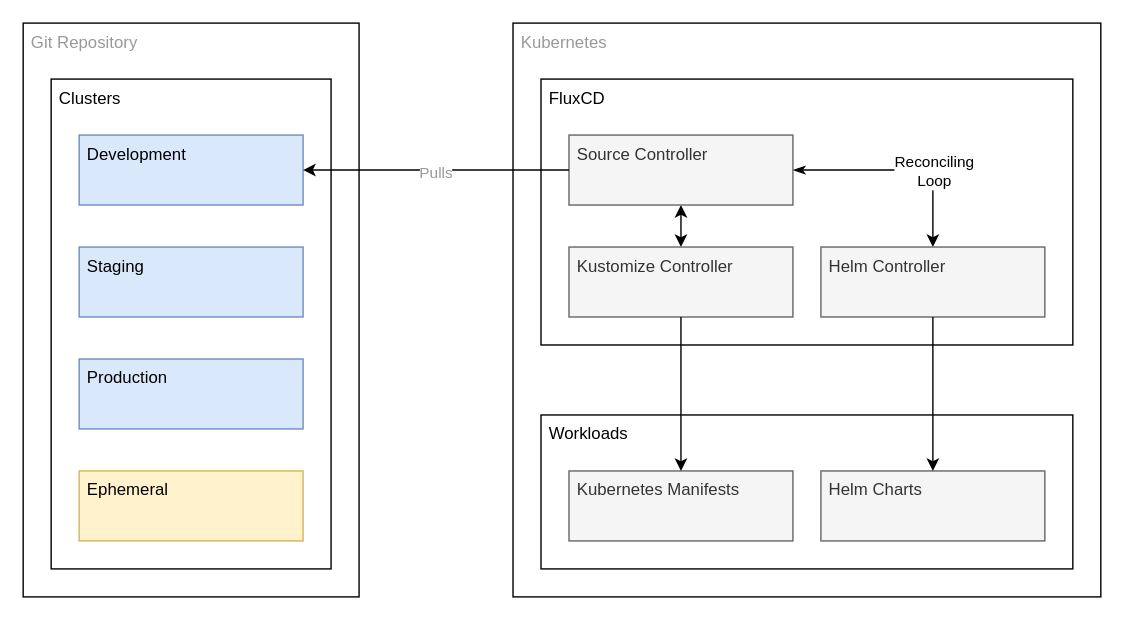
This is docs/gitops-mono-repo.drawio.svg from danielloader/kubernetes-sdlc, a draw.io export, as it was before one commit. Source tidied: cells renumbered, new cells last; positions are measured from the earlier drawing's top-left corner, leaving out a move shared by most shapes.
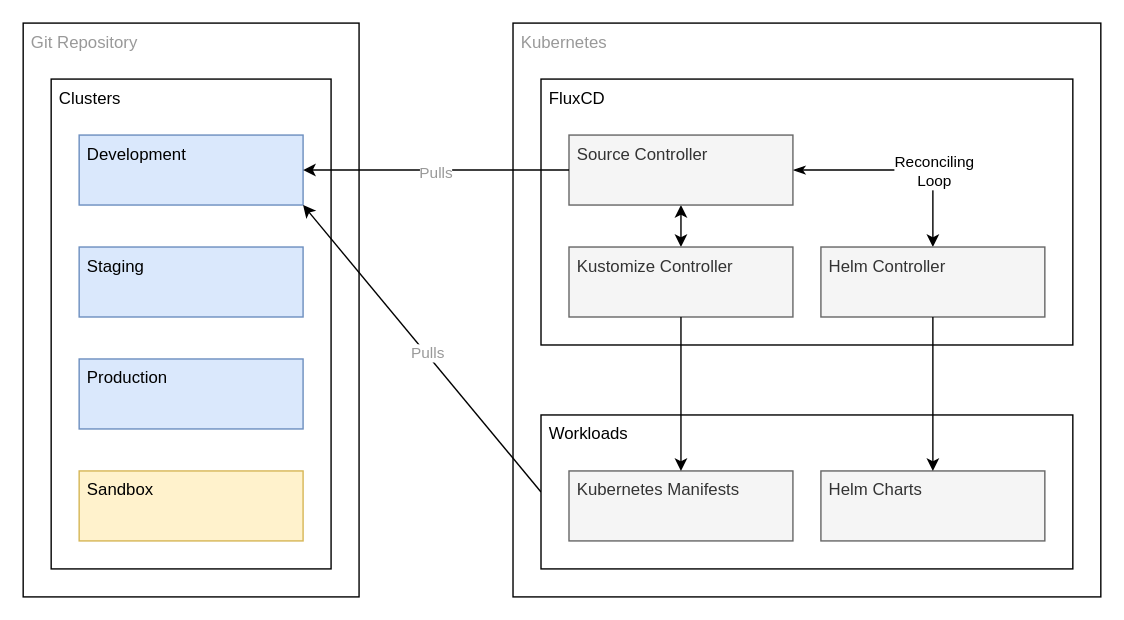
After the commit.

Diff of the diagram source:
```diff
@@ -20,7 +20,7 @@
     <mxCell id="7" value="Production" style="rounded=0;whiteSpace=wrap;html=1;verticalAlign=top;align=left;spacingLeft=4;fillColor=#dae8fc;strokeColor=#6c8ebf;" parent="1" vertex="1">
       <mxGeometry x="40" y="240" width="160" height="50" as="geometry" />
     </mxCell>
-    <mxCell id="8" value="Ephemeral" style="rounded=0;whiteSpace=wrap;html=1;verticalAlign=top;align=left;spacingLeft=4;fillColor=#fff2cc;strokeColor=#d6b656;" parent="1" vertex="1">
+    <mxCell id="8" value="Sandbox" style="rounded=0;whiteSpace=wrap;html=1;verticalAlign=top;align=left;spacingLeft=4;fillColor=#fff2cc;strokeColor=#d6b656;" parent="1" vertex="1">
       <mxGeometry x="40" y="320" width="160" height="50" as="geometry" />
     </mxCell>
     <mxCell id="9" value="FluxCD" style="rounded=0;whiteSpace=wrap;html=1;verticalAlign=top;align=left;spacingLeft=4;" parent="1" vertex="1">
@@ -52,6 +52,12 @@
     <mxCell id="17" value="Pulls" style="edgeLabel;html=1;align=center;verticalAlign=middle;fontColor=#999999;" parent="16" vertex="1">
       <mxGeometry x="0.01" y="1" relative="1" as="geometry" />
     </mxCell>
+    <mxCell id="23" style="edgeStyle=none;html=1;entryX=1;entryY=1;entryDx=0;entryDy=0;exitX=0;exitY=0.5;exitDx=0;exitDy=0;strokeColor=#000000;" parent="1" edge="1" source="18" target="5">
+      <mxGeometry relative="1" as="geometry" />
+    </mxCell>
+    <mxCell id="24" value="Pulls" style="edgeLabel;html=1;align=center;verticalAlign=middle;fontColor=#999999;" parent="23" vertex="1">
+      <mxGeometry x="-0.03" y="-1" relative="1" as="geometry" />
+    </mxCell>
     <mxCell id="18" value="Workloads" style="rounded=0;whiteSpace=wrap;html=1;verticalAlign=top;align=left;spacingLeft=4;" parent="1" vertex="1">
       <mxGeometry x="370" y="280" width="380" height="110" as="geometry" />
     </mxCell>
```
